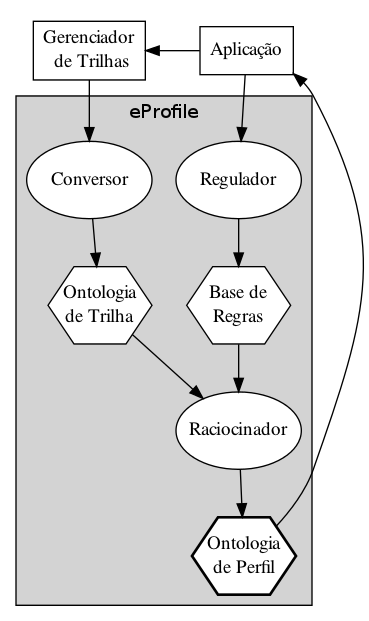
Earlier version of the Graphviz export academia/dissertacao/graficos/modelo.png (andrenho/andrenho). Its source is kept beside it as academia/dissertacao/graficos/modelo.dot.
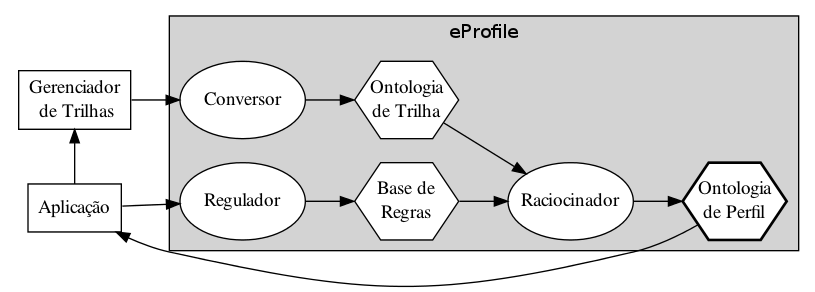
The same file after the commit.

The edit, as a diff of the source:
```diff
@@ -1,5 +1,6 @@
 digraph modelo {
 
+  rankdir = LR;
   sep = 0.3;
 
   node [style=filled,fillcolor=white,fontname="FreeSerif"];
```
